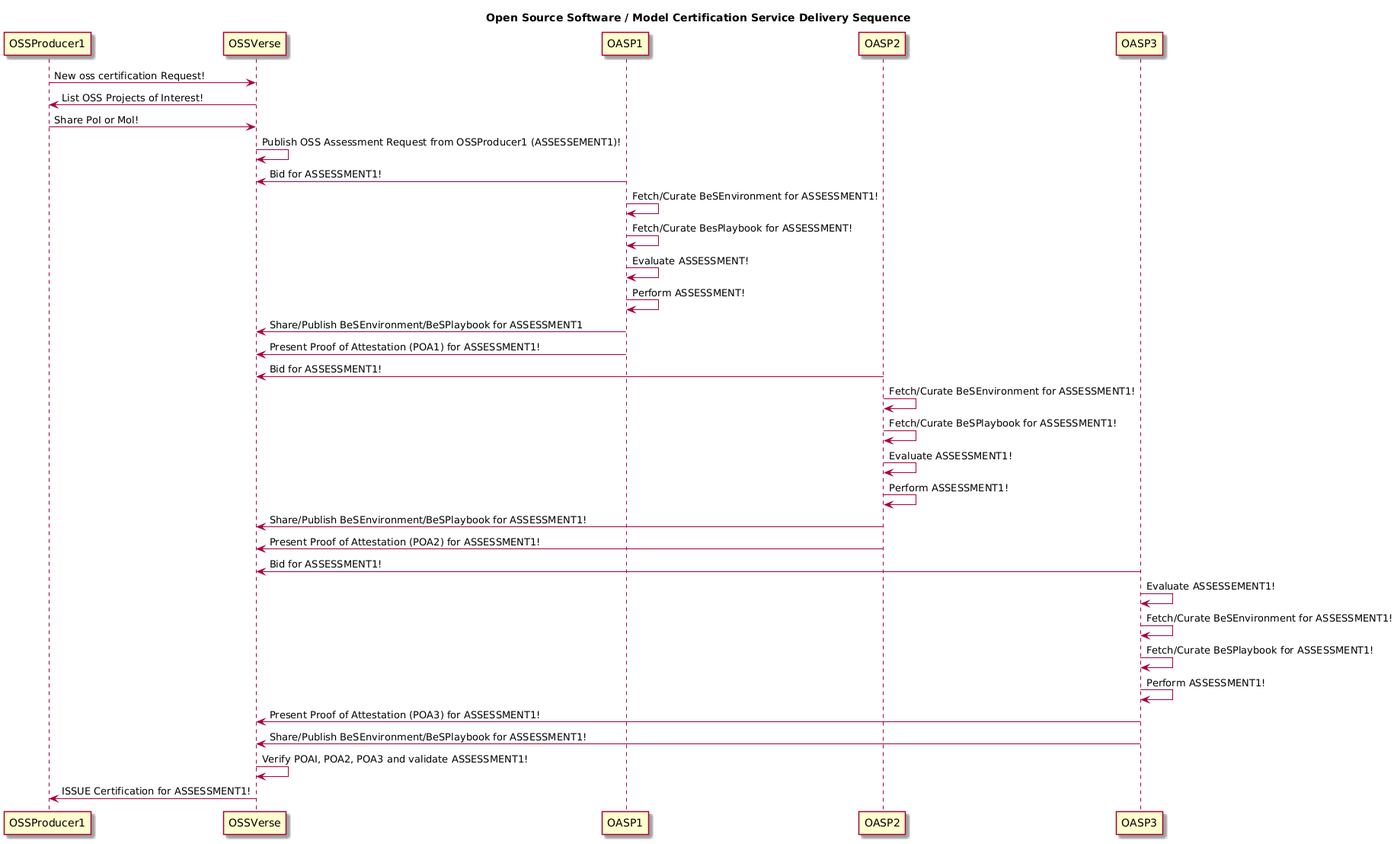
OSSVerse/OSSVerse keeps this PlantUML diagram as docs/images/oss-certify-sequence.png. Above is the earlier version. The source it was exported from:
```plantuml
@startuml
skin rose

title Open Source Software / Model Certification Service Delivery Sequence

OSSProducer1 -> OSSVerse: New oss certification Request!

OSSVerse -> OSSProducer1: List OSS Projects of Interest!

OSSProducer1 -> OSSVerse: Share PoI or Mol!

OSSVerse -> OSSVerse: Publish OSS Assessment Request from OSSProducer1 (ASSESSEMENT1)!

OASP1 -> OSSVerse: Bid for ASSESSMENT1!

OASP1 -> OASP1: Fetch/Curate BeSEnvironment for ASSESSMENT1!

OASP1 -> OASP1: Fetch/Curate BesPlaybook for ASSESSMENT!

OASP1 -> OASP1: Evaluate ASSESSMENT!

OASP1 -> OASP1: Perform ASSESSMENT!

OASP1 -> OSSVerse: Share/Publish BeSEnvironment/BeSPlaybook for ASSESSMENT1

OASP1 -> OSSVerse: Present Proof of Attestation (POA1) for ASSESSMENT1!

OASP2 -> OSSVerse: Bid for ASSESSMENT1!

OASP2 -> OASP2: Fetch/Curate BeSEnvironment for ASSESSMENT1!

OASP2 -> OASP2: Fetch/Curate BeSPlaybook for ASSESSMENT1!

OASP2 -> OASP2: Evaluate ASSESSMENT1!

OASP2 -> OASP2: Perform ASSESSMENT1!

OASP2 -> OSSVerse: Share/Publish BeSEnvironment/BeSPlaybook for ASSESSMENT1!

OASP2 -> OSSVerse: Present Proof of Attestation (POA2) for ASSESSMENT1!

OASP3 -> OSSVerse: Bid for ASSESSMENT1!

OASP3 -> OASP3: Evaluate ASSESSEMENT1!

OASP3 -> OASP3: Fetch/Curate BeSEnvironment for ASSESSMENT1!

OASP3 -> OASP3: Fetch/Curate BeSPlaybook for ASSESSMENT1!

OASP3 -> OASP3: Perform ASSESSMENT1!

OASP3 -> OSSVerse: Present Proof of Attestation (POA3) for ASSESSMENT1!

OASP3 -> OSSVerse: Share/Publish BeSEnvironment/BeSPlaybook for ASSESSMENT1!

OSSVerse -> OSSVerse: Verify POAI, POA2, POA3 and validate ASSESSMENT1!

OSSVerse -> OSSProducer1: ISSUE Certification for ASSESSMENT1!
@enduml
```
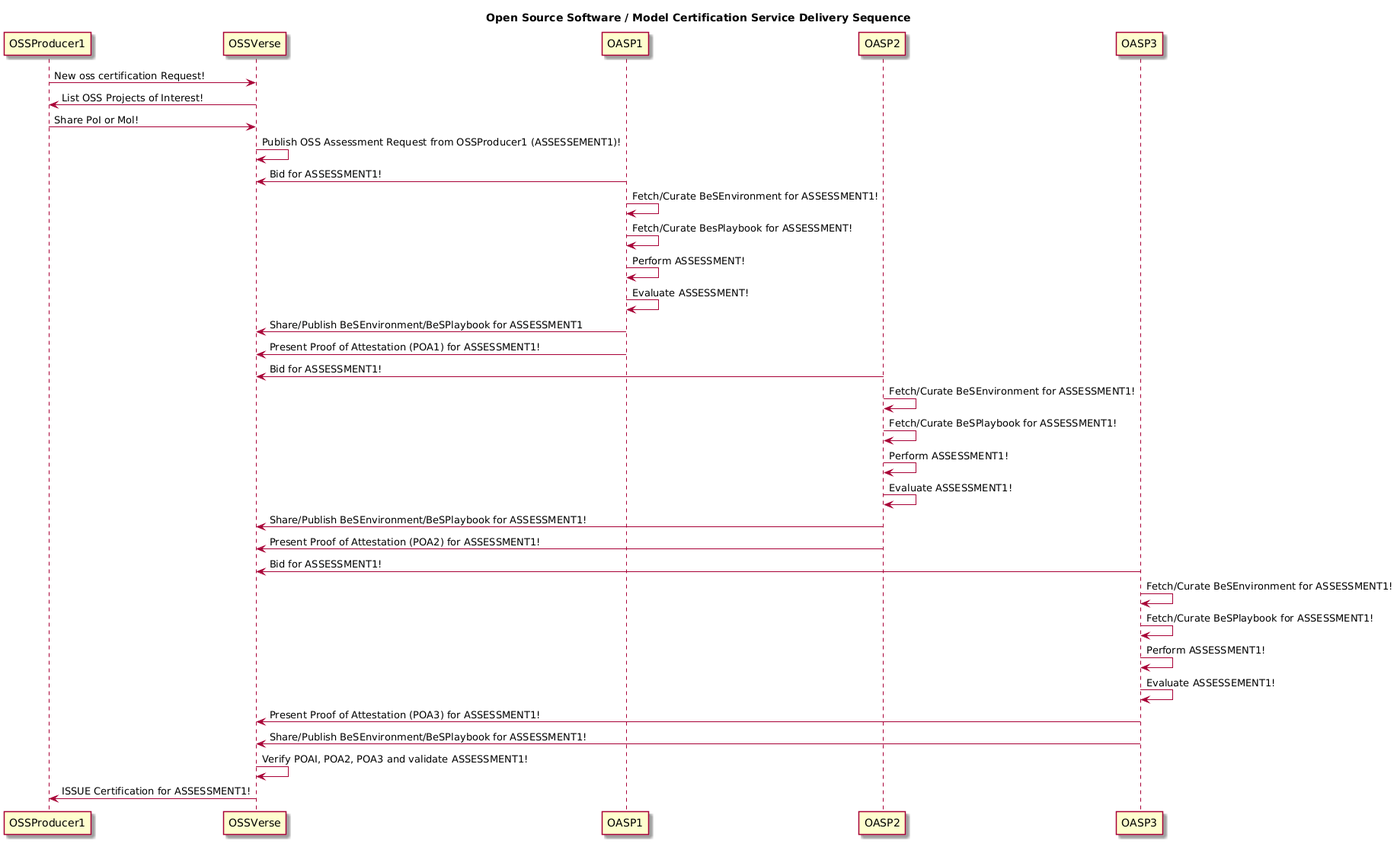
After the change.

Change to the diagram source:
```diff
@@ -17,9 +17,9 @@
 
 OASP1 -> OASP1: Fetch/Curate BesPlaybook for ASSESSMENT!
 
+OASP1 -> OASP1: Perform ASSESSMENT!
+
 OASP1 -> OASP1: Evaluate ASSESSMENT!
-
-OASP1 -> OASP1: Perform ASSESSMENT!
 
 OASP1 -> OSSVerse: Share/Publish BeSEnvironment/BeSPlaybook for ASSESSMENT1
 
@@ -31,9 +31,9 @@
 
 OASP2 -> OASP2: Fetch/Curate BeSPlaybook for ASSESSMENT1!
 
+OASP2 -> OASP2: Perform ASSESSMENT1!
+
 OASP2 -> OASP2: Evaluate ASSESSMENT1!
-
-OASP2 -> OASP2: Perform ASSESSMENT1!
 
 OASP2 -> OSSVerse: Share/Publish BeSEnvironment/BeSPlaybook for ASSESSMENT1!
 
@@ -41,13 +41,13 @@
 
 OASP3 -> OSSVerse: Bid for ASSESSMENT1!
 
-OASP3 -> OASP3: Evaluate ASSESSEMENT1!
-
 OASP3 -> OASP3: Fetch/Curate BeSEnvironment for ASSESSMENT1!
 
 OASP3 -> OASP3: Fetch/Curate BeSPlaybook for ASSESSMENT1!
 
 OASP3 -> OASP3: Perform ASSESSMENT1!
+
+OASP3 -> OASP3: Evaluate ASSESSEMENT1!
 
 OASP3 -> OSSVerse: Present Proof of Attestation (POA3) for ASSESSMENT1!
 
```
